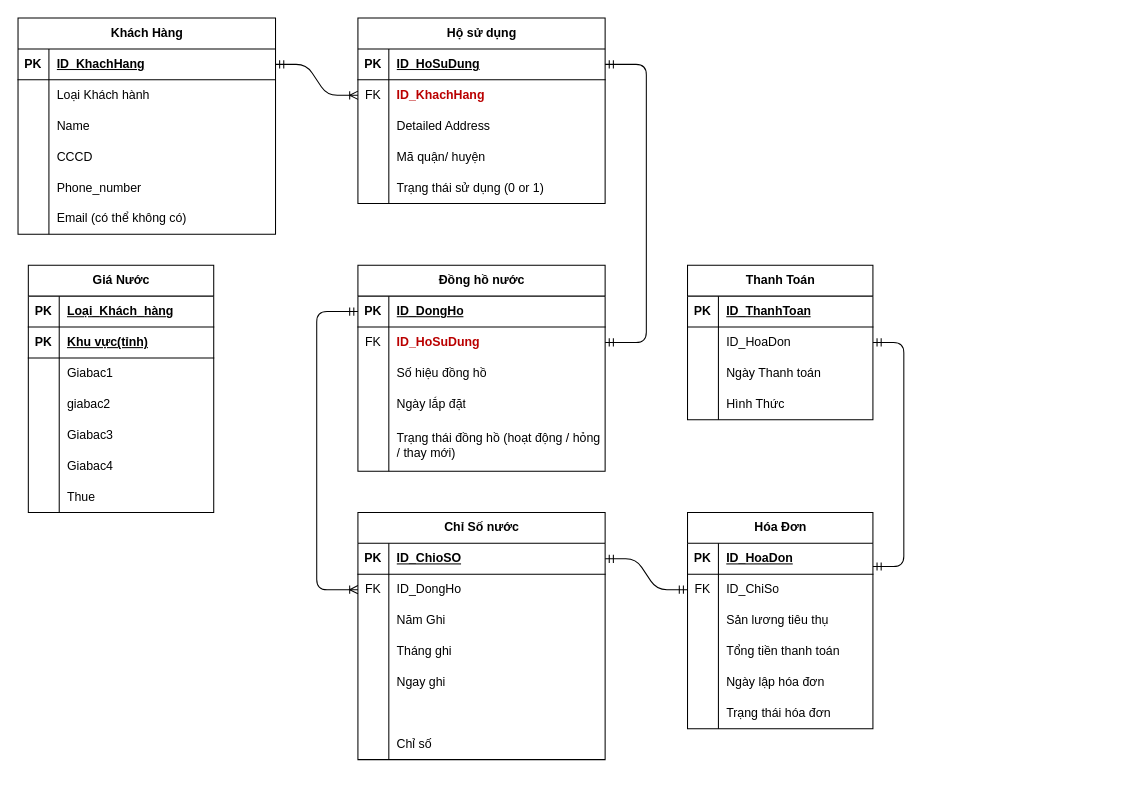
The draw.io diagram csdl.drawio in lethanhtung7002/water_management, before the edit. Source tidied: cells renumbered, new cells numbered last; positions are measured from the earlier drawing's top-left corner, leaving out a move shared by most shapes. Both pictures are drawn from the tidied source at 103%, with x=0, y=0 at pixel (18, 18).
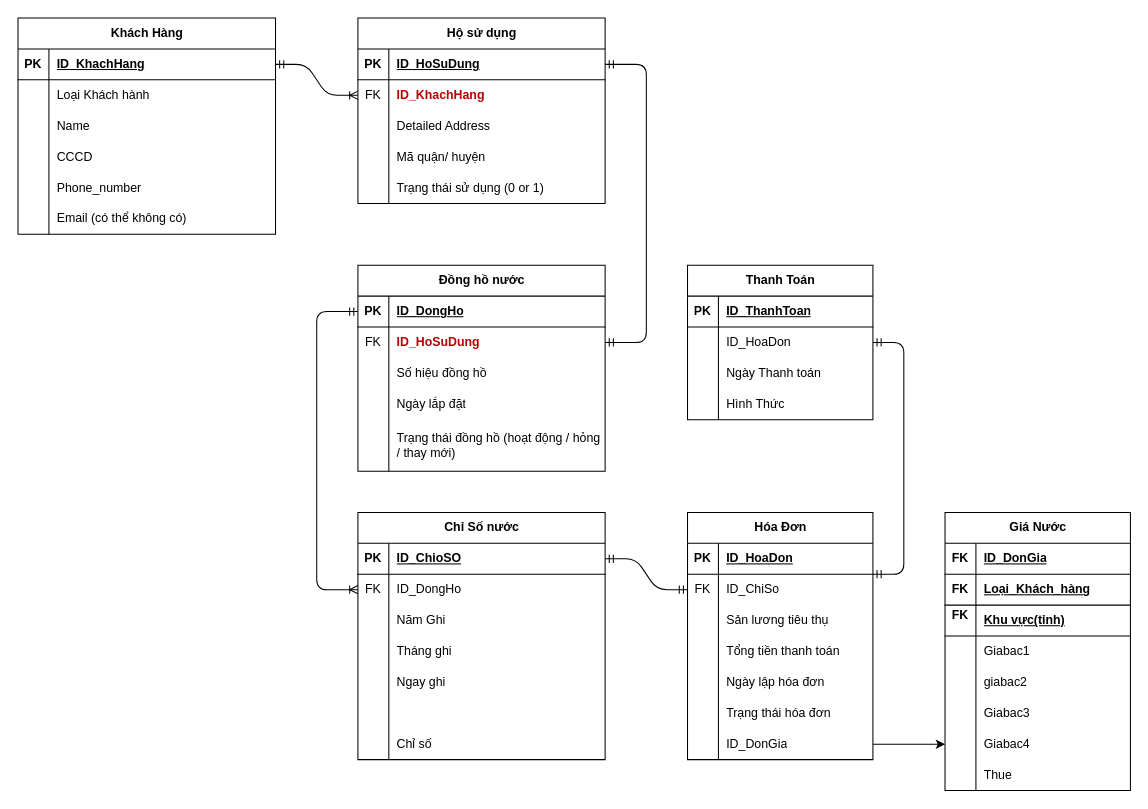
Above is the later version.

Unchanged cells that the change refers to:
```xml
<mxCell id="111" style="shape=tableRow;horizontal=0;startSize=0;swimlaneHead=0;swimlaneBody=0;fillColor=none;top=0;left=0;right=0;bottom=1;" parent="110" vertex="1">
  <mxGeometry y="30" width="180" height="30" as="geometry" />
</mxCell>
```

Diff of the diagram source:
```diff
@@
     <mxCell id="78" value="Hóa Đơn" style="shape=table;startSize=30;childLayout=tableLayout;rowLines=0;fontStyle=1;align=center;html=1;" parent="1" vertex="1">
-      <mxGeometry x="650" y="480" width="180" height="210" as="geometry" />
+      <mxGeometry x="650" y="480" width="180" height="240" as="geometry" />
     </mxCell>
@@
+    <mxCell id="134" style="shape=tableRow;horizontal=0;startSize=0;swimlaneHead=0;swimlaneBody=0;fillColor=none;points=[[0,0.5],[1,0.5]];portConstraint=eastwest;top=0;left=0;right=0;bottom=0;" parent="78" vertex="1">
+      <mxGeometry y="210" width="180" height="30" as="geometry" />
+    </mxCell>
+    <mxCell id="135" style="shape=partialRectangle;fillColor=none;top=0;left=0;bottom=0;right=0;overflow=hidden;whiteSpace=wrap;html=1;" parent="134" vertex="1">
+      <mxGeometry width="30" height="30" as="geometry" />
+    </mxCell>
+    <mxCell id="136" value="ID_DonGia" style="shape=partialRectangle;fillColor=none;top=0;left=0;bottom=0;right=0;align=left;spacingLeft=6;overflow=hidden;whiteSpace=wrap;html=1;" parent="134" vertex="1">
+      <mxGeometry x="30" width="150" height="30" as="geometry" />
+    </mxCell>
@@
     <mxCell id="110" value="Giá Nước" style="shape=table;startSize=30;childLayout=tableLayout;rowLines=0;fontStyle=1;align=center;html=1;" parent="1" vertex="1">
-      <mxGeometry x="10" y="240" width="180" height="240" as="geometry" />
+      <mxGeometry x="900" y="480" width="180" height="270" as="geometry" />
     </mxCell>
@@
-    <mxCell id="112" value="PK" style="shape=partialRectangle;fillColor=none;top=0;left=0;bottom=0;right=0;fontStyle=1;overflow=hidden;whiteSpace=wrap;html=1;" parent="111" vertex="1">
+    <mxCell id="112" value="FK" style="shape=partialRectangle;fillColor=none;top=0;left=0;bottom=0;right=0;fontStyle=1;overflow=hidden;whiteSpace=wrap;html=1;" parent="111" vertex="1">
       <mxGeometry width="30" height="30" as="geometry" />
     </mxCell>
-    <mxCell id="113" value="Loại_Khách_hàng" style="shape=partialRectangle;fillColor=none;top=0;left=0;bottom=0;right=0;align=left;spacingLeft=6;fontStyle=5;overflow=hidden;whiteSpace=wrap;html=1;" parent="111" vertex="1">
+    <mxCell id="113" value="ID_DonGia" style="shape=partialRectangle;fillColor=none;top=0;left=0;bottom=0;right=0;align=left;spacingLeft=6;fontStyle=5;overflow=hidden;whiteSpace=wrap;html=1;" parent="111" vertex="1">
       <mxGeometry x="30" width="150" height="30" as="geometry" />
     </mxCell>
+    <mxCell id="137" style="shape=tableRow;horizontal=0;startSize=0;swimlaneHead=0;swimlaneBody=0;fillColor=none;top=0;left=0;right=0;bottom=1;" parent="110" vertex="1">
+      <mxGeometry y="60" width="180" height="30" as="geometry" />
+    </mxCell>
+    <mxCell id="138" value="FK" style="shape=partialRectangle;fillColor=none;top=0;left=0;bottom=0;right=0;fontStyle=1;overflow=hidden;whiteSpace=wrap;html=1;" parent="137" vertex="1">
+      <mxGeometry width="30" height="30" as="geometry" />
+    </mxCell>
+    <mxCell id="139" value="Loại_Khách_hàng" style="shape=partialRectangle;fillColor=none;top=0;left=0;bottom=0;right=0;align=left;spacingLeft=6;fontStyle=5;overflow=hidden;whiteSpace=wrap;html=1;" parent="137" vertex="1">
+      <mxGeometry x="30" width="150" height="30" as="geometry" />
+    </mxCell>
     <mxCell id="114" style="shape=tableRow;horizontal=0;startSize=0;swimlaneHead=0;swimlaneBody=0;fillColor=none;top=0;left=0;right=0;bottom=1;" parent="110" vertex="1">
-      <mxGeometry y="60" width="180" height="30" as="geometry" />
+      <mxGeometry y="90" width="180" height="30" as="geometry" />
     </mxCell>
-    <mxCell id="115" value="PK" style="shape=partialRectangle;fillColor=none;top=0;left=0;bottom=0;right=0;fontStyle=1;overflow=hidden;whiteSpace=wrap;html=1;" parent="114" vertex="1">
+    <mxCell id="115" value="FK&lt;div&gt;&lt;br/&gt;&lt;/div&gt;" style="shape=partialRectangle;fillColor=none;top=0;left=0;bottom=0;right=0;fontStyle=1;overflow=hidden;whiteSpace=wrap;html=1;" parent="114" vertex="1">
       <mxGeometry width="30" height="30" as="geometry" />
     </mxCell>
@@
     <mxCell id="117" style="shape=tableRow;horizontal=0;startSize=0;swimlaneHead=0;swimlaneBody=0;fillColor=none;top=0;left=0;right=0;bottom=0;" parent="110" vertex="1">
-      <mxGeometry y="90" width="180" height="30" as="geometry" />
+      <mxGeometry y="120" width="180" height="30" as="geometry" />
     </mxCell>
@@
     <mxCell id="120" style="shape=tableRow;horizontal=0;startSize=0;swimlaneHead=0;swimlaneBody=0;fillColor=none;top=0;left=0;right=0;bottom=0;" parent="110" vertex="1">
-      <mxGeometry y="120" width="180" height="30" as="geometry" />
+      <mxGeometry y="150" width="180" height="30" as="geometry" />
     </mxCell>
@@
     <mxCell id="123" style="shape=tableRow;horizontal=0;startSize=0;swimlaneHead=0;swimlaneBody=0;fillColor=none;top=0;left=0;right=0;bottom=0;" parent="110" vertex="1">
-      <mxGeometry y="150" width="180" height="30" as="geometry" />
+      <mxGeometry y="180" width="180" height="30" as="geometry" />
     </mxCell>
@@
     <mxCell id="126" style="shape=tableRow;horizontal=0;startSize=0;swimlaneHead=0;swimlaneBody=0;fillColor=none;points=[[0,0.5],[1,0.5]];portConstraint=eastwest;top=0;left=0;right=0;bottom=0;" parent="110" vertex="1">
-      <mxGeometry y="180" width="180" height="30" as="geometry" />
+      <mxGeometry y="210" width="180" height="30" as="geometry" />
     </mxCell>
@@
     <mxCell id="129" style="shape=tableRow;horizontal=0;startSize=0;swimlaneHead=0;swimlaneBody=0;fillColor=none;top=0;left=0;right=0;bottom=0;" parent="110" vertex="1">
-      <mxGeometry y="210" width="180" height="30" as="geometry" />
+      <mxGeometry y="240" width="180" height="30" as="geometry" />
     </mxCell>
@@
+    <mxCell id="140" style="edgeStyle=none;html=1;exitX=1;exitY=0.5;exitDx=0;exitDy=0;entryX=0;entryY=0.5;entryDx=0;entryDy=0;" parent="1" edge="1" source="134" target="126">
+      <mxGeometry relative="1" as="geometry" />
+    </mxCell>
```
